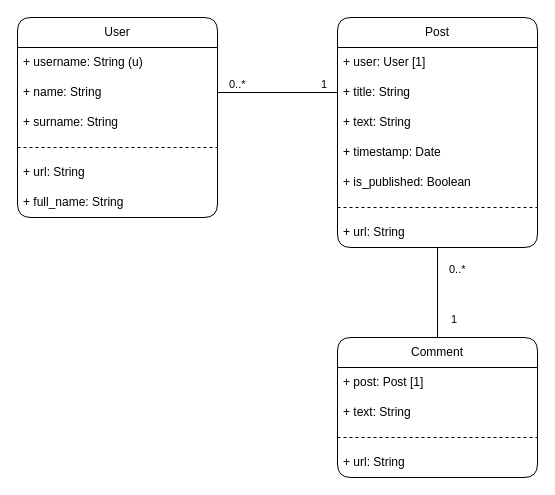
Before: docs/entity-relationship-diagram.drawio in davmedeiros/blog-api, a draw.io diagram. Source tidied: cells renumbered, new cells numbered last; positions are measured from the earlier drawing's top-left corner, leaving out a move shared by most shapes. Both pictures are drawn from the tidied source at 100%, with x=0, y=0 at pixel (17, 17).
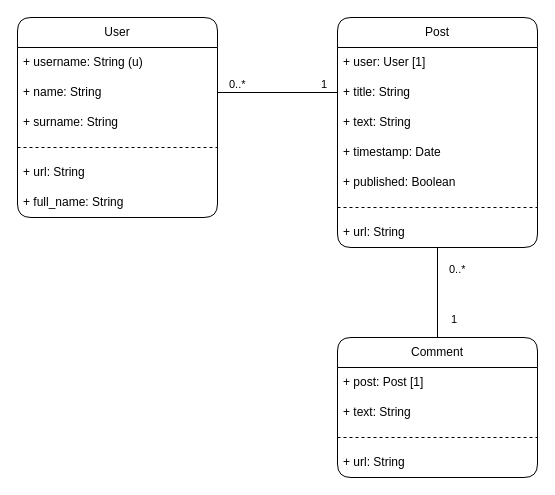
The same diagram, later.

Commit message (it also covers changes not shown here):
Create user model

Change name on erd

Unchanged cells that the change refers to:
```xml
<mxCell id="9" value="Post" style="swimlane;fontStyle=0;horizontal=1;startSize=30;whiteSpace=wrap;html=1;rounded=1;swimlaneLine=1;shadow=0;strokeColor=default;" parent="1" vertex="1">
  <mxGeometry x="320" width="200" height="230" as="geometry" />
</mxCell>
```

Change to the diagram source:
```diff
@@
-    <mxCell id="14" value="+ is_published: Boolean" style="text;strokeColor=none;fillColor=none;align=left;verticalAlign=middle;spacingLeft=4;spacingRight=4;overflow=hidden;whiteSpace=wrap;html=1;" parent="9" vertex="1">
+    <mxCell id="14" value="+ published: Boolean" style="text;strokeColor=none;fillColor=none;align=left;verticalAlign=middle;spacingLeft=4;spacingRight=4;overflow=hidden;whiteSpace=wrap;html=1;" parent="9" vertex="1">
       <mxGeometry y="150" width="200" height="30" as="geometry" />
     </mxCell>
```
